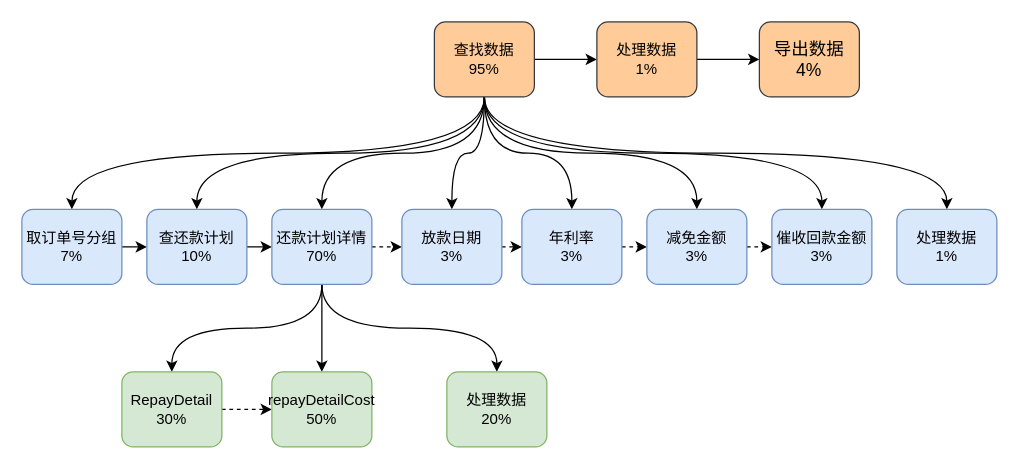
Above: 导出代码优化.drawio in wenbochang888/draw (draw.io), before the change. Source tidied: cells renumbered, new cells numbered last; positions are measured from the earlier drawing's top-left corner, leaving out a move shared by most shapes. Both pictures are drawn from the tidied source at 125%, with x=0, y=0 at pixel (21, 21).
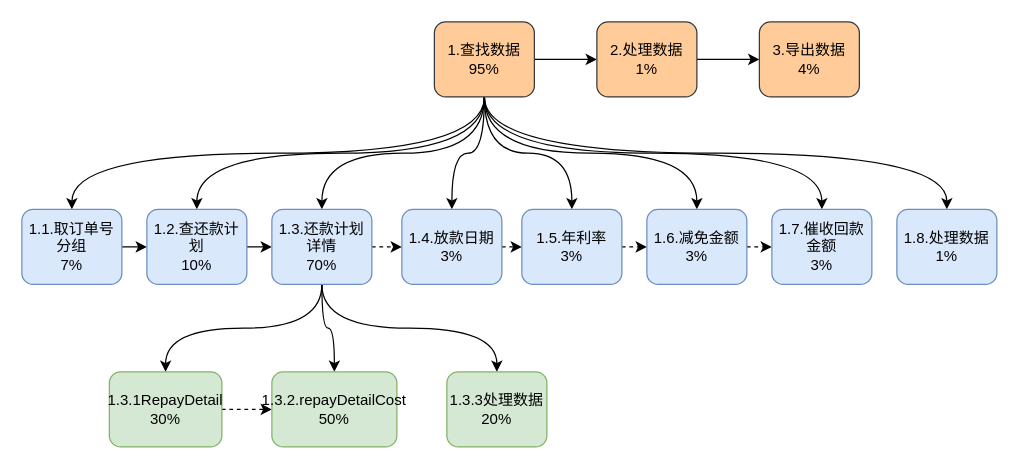
After the change.

Commit message (it also covers changes not shown here):
更新导出代码优化.drawio

What changed in the source:
```diff
@@
-    <mxCell id="11" value="&lt;font style=&quot;font-size: 12px;&quot;&gt;查找数据&lt;br&gt;95%&lt;/font&gt;" style="rounded=1;whiteSpace=wrap;html=1;shadow=0;glass=0;fillColor=#ffcc99;strokeColor=#36393d;" parent="1" vertex="1">
+    <mxCell id="11" value="&lt;font style=&quot;font-size: 12px;&quot;&gt;1.查找数据&lt;br&gt;95%&lt;/font&gt;" style="rounded=1;whiteSpace=wrap;html=1;shadow=0;glass=0;fillColor=#ffcc99;strokeColor=#36393d;" parent="1" vertex="1">
       <mxGeometry x="330" width="80" height="60" as="geometry" />
     </mxCell>
@@
-    <mxCell id="13" value="&lt;font style=&quot;font-size: 12px;&quot;&gt;处理数据&lt;br&gt;1%&lt;/font&gt;" style="rounded=1;whiteSpace=wrap;html=1;shadow=0;glass=0;fillColor=#ffcc99;strokeColor=#36393d;" parent="1" vertex="1">
+    <mxCell id="13" value="&lt;font style=&quot;font-size: 12px;&quot;&gt;2.处理数据&lt;br&gt;1%&lt;/font&gt;" style="rounded=1;whiteSpace=wrap;html=1;shadow=0;glass=0;fillColor=#ffcc99;strokeColor=#36393d;" parent="1" vertex="1">
       <mxGeometry x="460" width="80" height="60" as="geometry" />
     </mxCell>
-    <mxCell id="14" value="&lt;font style=&quot;font-size: 14px;&quot;&gt;导出数据&lt;br&gt;4%&lt;/font&gt;" style="rounded=1;whiteSpace=wrap;html=1;shadow=0;glass=0;fillColor=#ffcc99;strokeColor=#36393d;" parent="1" vertex="1">
+    <mxCell id="14" value="&lt;font style=&quot;font-size: 12px;&quot;&gt;3.导出数据&lt;br&gt;4%&lt;/font&gt;" style="rounded=1;whiteSpace=wrap;html=1;shadow=0;glass=0;fillColor=#ffcc99;strokeColor=#36393d;" parent="1" vertex="1">
       <mxGeometry x="590" width="80" height="60" as="geometry" />
     </mxCell>
@@
-    <mxCell id="16" value="取订单号分组&lt;br&gt;7%" style="rounded=1;whiteSpace=wrap;html=1;shadow=0;glass=0;fillColor=#dae8fc;strokeColor=#6c8ebf;" parent="1" vertex="1">
+    <mxCell id="16" value="1.1.取订单号分组&lt;br&gt;7%" style="rounded=1;whiteSpace=wrap;html=1;shadow=0;glass=0;fillColor=#dae8fc;strokeColor=#6c8ebf;" parent="1" vertex="1">
       <mxGeometry y="150" width="80" height="60" as="geometry" />
     </mxCell>
@@
-    <mxCell id="18" value="查还款计划&lt;br&gt;10%" style="rounded=1;whiteSpace=wrap;html=1;shadow=0;glass=0;fillColor=#dae8fc;strokeColor=#6c8ebf;" parent="1" vertex="1">
+    <mxCell id="18" value="1.2.查还款计划&lt;br&gt;10%" style="rounded=1;whiteSpace=wrap;html=1;shadow=0;glass=0;fillColor=#dae8fc;strokeColor=#6c8ebf;" parent="1" vertex="1">
       <mxGeometry x="100" y="150" width="80" height="60" as="geometry" />
     </mxCell>
@@
-    <mxCell id="23" value="还款计划详情&lt;br&gt;70%" style="rounded=1;whiteSpace=wrap;html=1;shadow=0;glass=0;fillColor=#dae8fc;strokeColor=#6c8ebf;" parent="1" vertex="1">
+    <mxCell id="23" value="1.3.还款计划详情&lt;br&gt;70%" style="rounded=1;whiteSpace=wrap;html=1;shadow=0;glass=0;fillColor=#dae8fc;strokeColor=#6c8ebf;" parent="1" vertex="1">
       <mxGeometry x="200" y="150" width="80" height="60" as="geometry" />
     </mxCell>
@@
-    <mxCell id="25" value="放款日期&lt;br&gt;3%" style="rounded=1;whiteSpace=wrap;html=1;shadow=0;glass=0;fillColor=#dae8fc;strokeColor=#6c8ebf;" parent="1" vertex="1">
+    <mxCell id="25" value="1.4.放款日期&lt;br&gt;3%" style="rounded=1;whiteSpace=wrap;html=1;shadow=0;glass=0;fillColor=#dae8fc;strokeColor=#6c8ebf;" parent="1" vertex="1">
       <mxGeometry x="304" y="150" width="80" height="60" as="geometry" />
     </mxCell>
@@
-    <mxCell id="27" value="年利率&lt;br&gt;3%" style="rounded=1;whiteSpace=wrap;html=1;shadow=0;glass=0;fillColor=#dae8fc;strokeColor=#6c8ebf;" parent="1" vertex="1">
+    <mxCell id="27" value="1.5.年利率&lt;br&gt;3%" style="rounded=1;whiteSpace=wrap;html=1;shadow=0;glass=0;fillColor=#dae8fc;strokeColor=#6c8ebf;" parent="1" vertex="1">
       <mxGeometry x="400" y="150" width="80" height="60" as="geometry" />
     </mxCell>
@@
-    <mxCell id="29" value="减免金额&lt;br&gt;3%" style="rounded=1;whiteSpace=wrap;html=1;shadow=0;glass=0;fillColor=#dae8fc;strokeColor=#6c8ebf;" parent="1" vertex="1">
+    <mxCell id="29" value="1.6.减免金额&lt;br&gt;3%" style="rounded=1;whiteSpace=wrap;html=1;shadow=0;glass=0;fillColor=#dae8fc;strokeColor=#6c8ebf;" parent="1" vertex="1">
       <mxGeometry x="500" y="150" width="80" height="60" as="geometry" />
     </mxCell>
-    <mxCell id="30" value="催收回款金额&lt;br&gt;3%" style="rounded=1;whiteSpace=wrap;html=1;shadow=0;glass=0;fillColor=#dae8fc;strokeColor=#6c8ebf;" parent="1" vertex="1">
+    <mxCell id="30" value="1.7.催收回款金额&lt;br&gt;3%" style="rounded=1;whiteSpace=wrap;html=1;shadow=0;glass=0;fillColor=#dae8fc;strokeColor=#6c8ebf;" parent="1" vertex="1">
       <mxGeometry x="600" y="150" width="80" height="60" as="geometry" />
     </mxCell>
@@
-    <mxCell id="32" value="RepayDetail&lt;br&gt;30%" style="rounded=1;whiteSpace=wrap;html=1;shadow=0;glass=0;fillColor=#d5e8d4;strokeColor=#82b366;" parent="1" vertex="1">
-      <mxGeometry x="80" y="280" width="80" height="60" as="geometry" />
+    <mxCell id="32" value="1.3.1RepayDetail&lt;br&gt;30%" style="rounded=1;whiteSpace=wrap;html=1;shadow=0;glass=0;fillColor=#d5e8d4;strokeColor=#82b366;" parent="1" vertex="1">
+      <mxGeometry x="70" y="280" width="90" height="60" as="geometry" />
     </mxCell>
-    <mxCell id="33" value="repayDetailCost&lt;br&gt;50%" style="rounded=1;whiteSpace=wrap;html=1;shadow=0;glass=0;fillColor=#d5e8d4;strokeColor=#82b366;" parent="1" vertex="1">
-      <mxGeometry x="200" y="280" width="80" height="60" as="geometry" />
+    <mxCell id="33" value="1.3.2.repayDetailCost&lt;br&gt;50%" style="rounded=1;whiteSpace=wrap;html=1;shadow=0;glass=0;fillColor=#d5e8d4;strokeColor=#82b366;" parent="1" vertex="1">
+      <mxGeometry x="200" y="280" width="100" height="60" as="geometry" />
     </mxCell>
-    <mxCell id="34" value="&lt;font style=&quot;font-size: 12px;&quot;&gt;处理数据&lt;br&gt;20%&lt;br&gt;&lt;/font&gt;" style="rounded=1;whiteSpace=wrap;html=1;shadow=0;glass=0;fillColor=#d5e8d4;strokeColor=#82b366;" parent="1" vertex="1">
+    <mxCell id="34" value="&lt;font style=&quot;font-size: 12px;&quot;&gt;1.3.3处理数据&lt;br&gt;20%&lt;br&gt;&lt;/font&gt;" style="rounded=1;whiteSpace=wrap;html=1;shadow=0;glass=0;fillColor=#d5e8d4;strokeColor=#82b366;" parent="1" vertex="1">
       <mxGeometry x="340" y="280" width="80" height="60" as="geometry" />
     </mxCell>
-    <mxCell id="35" value="处理数据&lt;br&gt;1%" style="rounded=1;whiteSpace=wrap;html=1;shadow=0;glass=0;fillColor=#dae8fc;strokeColor=#6c8ebf;" parent="1" vertex="1">
+    <mxCell id="35" value="1.8.处理数据&lt;br&gt;1%" style="rounded=1;whiteSpace=wrap;html=1;shadow=0;glass=0;fillColor=#dae8fc;strokeColor=#6c8ebf;" parent="1" vertex="1">
       <mxGeometry x="700" y="150" width="80" height="60" as="geometry" />
     </mxCell>
```
